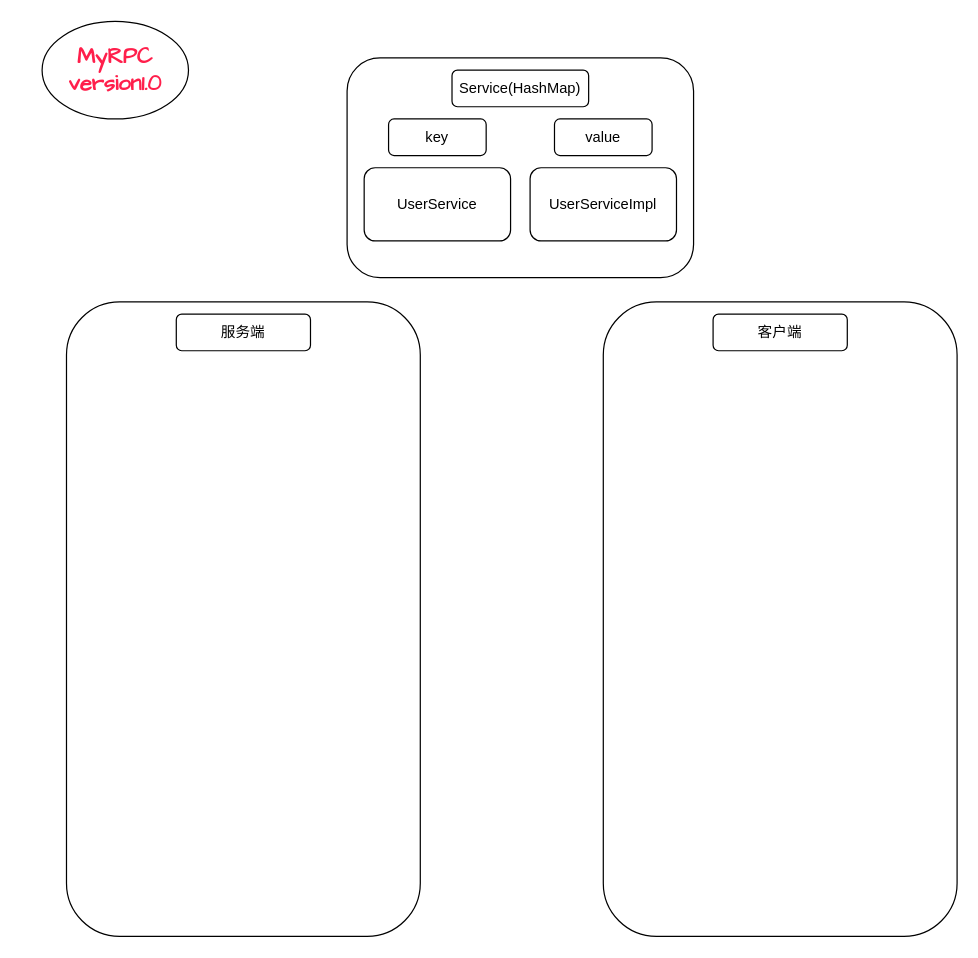
Above: MyRPC/MyRPC-version1.0.drawio in hourhl/Draw-io (draw.io), before the change. Source tidied: cells renumbered, new cells numbered last; positions are measured from the earlier drawing's top-left corner, leaving out a move shared by most shapes. Both pictures are drawn from the tidied source at 122%, with x=0, y=0 at pixel (41, 21).
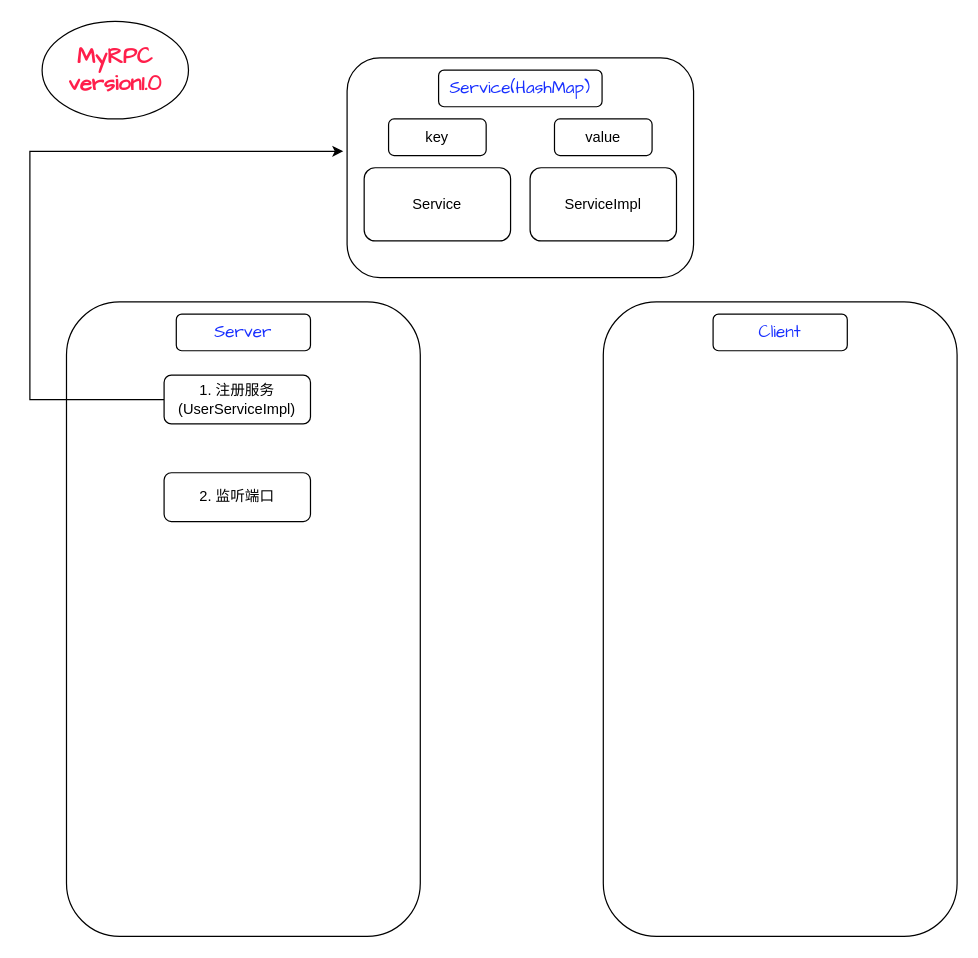
After the change.

The edit, as a diff of the source:
```diff
@@
 <mxGraphModel>
   <root>
     <mxCell id="0" />
     <mxCell id="1" parent="0" />
     <mxCell id="2" value="&lt;div&gt;&lt;br&gt;&lt;/div&gt;" style="rounded=1;whiteSpace=wrap;html=1;" parent="1" vertex="1">
       <mxGeometry x="250" y="30" width="284" height="180" as="geometry" />
     </mxCell>
-    <mxCell id="3" value="Service(HashMap)" style="rounded=1;whiteSpace=wrap;html=1;" parent="1" vertex="1">
-      <mxGeometry x="336" y="40" width="112" height="30" as="geometry" />
+    <mxCell id="3" value="&lt;font color=&quot;#1930ff&quot; style=&quot;font-size: 14px;&quot; face=&quot;Comic Sans MS&quot;&gt;Service(HashMap)&lt;/font&gt;" style="rounded=1;whiteSpace=wrap;html=1;" parent="1" vertex="1">
+      <mxGeometry x="325" y="40" width="134" height="30" as="geometry" />
     </mxCell>
-    <mxCell id="4" value="UserService" style="rounded=1;whiteSpace=wrap;html=1;" parent="1" vertex="1">
+    <mxCell id="4" value="Service" style="rounded=1;whiteSpace=wrap;html=1;" parent="1" vertex="1">
       <mxGeometry x="264" y="120" width="120" height="60" as="geometry" />
     </mxCell>
-    <mxCell id="5" value="UserServiceImpl" style="rounded=1;whiteSpace=wrap;html=1;" parent="1" vertex="1">
+    <mxCell id="5" value="ServiceImpl" style="rounded=1;whiteSpace=wrap;html=1;" parent="1" vertex="1">
       <mxGeometry x="400" y="120" width="120" height="60" as="geometry" />
     </mxCell>
     <mxCell id="6" value="key" style="rounded=1;whiteSpace=wrap;html=1;" parent="1" vertex="1">
       <mxGeometry x="284" y="80" width="80" height="30" as="geometry" />
     </mxCell>
     <mxCell id="7" value="value" style="rounded=1;whiteSpace=wrap;html=1;" parent="1" vertex="1">
       <mxGeometry x="420" y="80" width="80" height="30" as="geometry" />
     </mxCell>
     <mxCell id="8" style="rounded=1;whiteSpace=wrap;html=1;" parent="1" vertex="1">
       <mxGeometry x="20" y="230" width="290" height="520" as="geometry" />
     </mxCell>
     <mxCell id="9" style="rounded=1;whiteSpace=wrap;html=1;" parent="1" vertex="1">
       <mxGeometry x="460" y="230" width="290" height="520" as="geometry" />
     </mxCell>
-    <mxCell id="10" value="服务端" style="rounded=1;whiteSpace=wrap;html=1;" parent="1" vertex="1">
+    <mxCell id="10" value="&lt;font face=&quot;Comic Sans MS&quot; color=&quot;#1930ff&quot; style=&quot;font-size: 14px;&quot;&gt;Server&lt;/font&gt;" style="rounded=1;whiteSpace=wrap;html=1;" parent="1" vertex="1">
       <mxGeometry x="110" y="240" width="110" height="30" as="geometry" />
     </mxCell>
-    <mxCell id="11" value="客户端" style="rounded=1;whiteSpace=wrap;html=1;" parent="1" vertex="1">
+    <mxCell id="11" value="&lt;font style=&quot;font-size: 14px;&quot; color=&quot;#1930ff&quot; face=&quot;Comic Sans MS&quot;&gt;Client&lt;/font&gt;" style="rounded=1;whiteSpace=wrap;html=1;" parent="1" vertex="1">
       <mxGeometry x="550" y="240" width="110" height="30" as="geometry" />
     </mxCell>
     <mxCell id="12" value="&lt;h2&gt;&lt;font color=&quot;#ff1f4b&quot; style=&quot;font-size: 18px;&quot; face=&quot;Comic Sans MS&quot;&gt;MyRPC&lt;br&gt;version1.0&lt;/font&gt;&lt;/h2&gt;" style="ellipse;whiteSpace=wrap;html=1;" parent="1" vertex="1">
       <mxGeometry width="120" height="80" as="geometry" />
     </mxCell>
+    <mxCell id="13" style="edgeStyle=orthogonalEdgeStyle;rounded=0;jettySize=auto;html=1;entryX=-0.011;entryY=0.425;entryDx=0;entryDy=0;entryPerimeter=0;" parent="1" edge="1" source="14" target="2">
+      <mxGeometry relative="1" as="geometry">
+        <Array as="points">
+          <mxPoint x="-10" y="310" />
+          <mxPoint x="-10" y="106" />
+        </Array>
+      </mxGeometry>
+    </mxCell>
+    <mxCell id="14" value="1. 注册服务(UserServiceImpl)" style="rounded=1;whiteSpace=wrap;html=1;" parent="1" vertex="1">
+      <mxGeometry x="100" y="290" width="120" height="40" as="geometry" />
+    </mxCell>
+    <mxCell id="15" value="2. 监听端口" style="rounded=1;whiteSpace=wrap;html=1;" parent="1" vertex="1">
+      <mxGeometry x="100" y="370" width="120" height="40" as="geometry" />
+    </mxCell>
   </root>
 </mxGraphModel>
```
